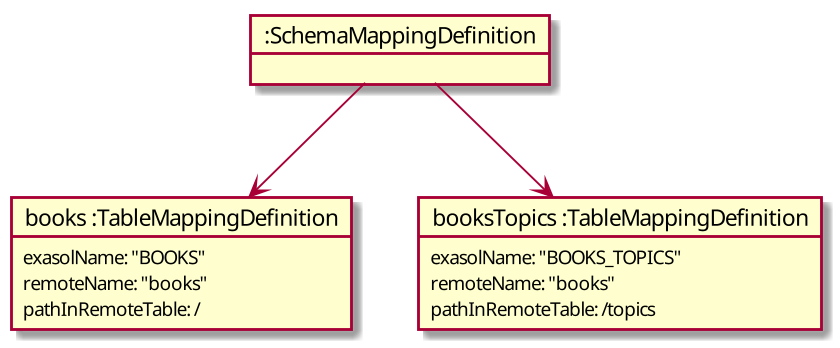
The PlantUML diagram doc/diagrams/SchemaMappingDefinitionExample.png in exasol/dynamodb-virtual-schema, before a commit.
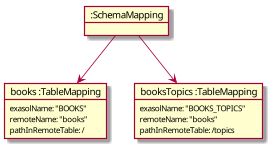
The same file after the commit.

The edit, as a diff of the source:
```diff
@@ -1,15 +1,15 @@
 @startuml
 
-object ":SchemaMappingDefinition" as schema{
+object ":SchemaMapping" as schema{
 
 }
 
-object "books :TableMappingDefinition" as books{
+object "books :TableMapping" as books{
 exasolName: "BOOKS"
 remoteName: "books"
 pathInRemoteTable: /
 }
-object "booksTopics :TableMappingDefinition" as tableTopics{
+object "booksTopics :TableMapping" as tableTopics{
 exasolName: "BOOKS_TOPICS"
 remoteName: "books"
 pathInRemoteTable: /topics
```
